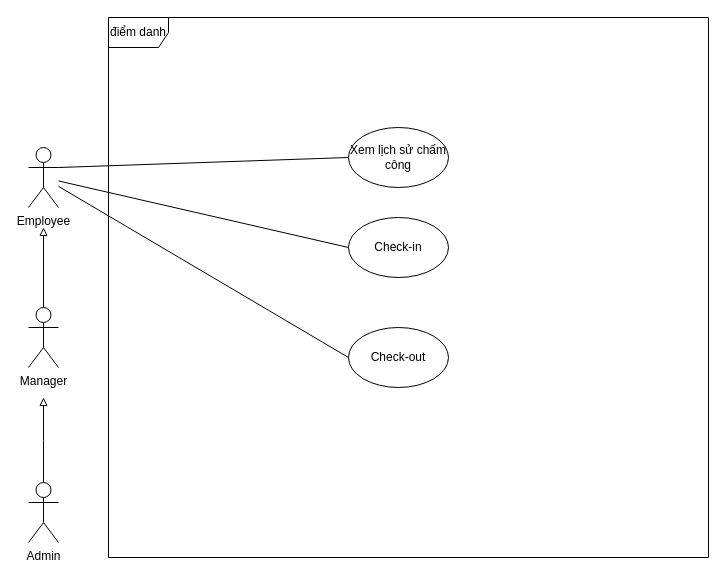
The draw.io diagram QuanLyDiemDanh.drawio in hoangda24312/Group4-DesigningSystem, before the edit. Source tidied: cells renumbered, new cells numbered last; positions are measured from the earlier drawing's top-left corner, leaving out a move shared by most shapes. Both pictures are drawn from the tidied source at 100%, with x=0, y=0 at pixel (28, 17).
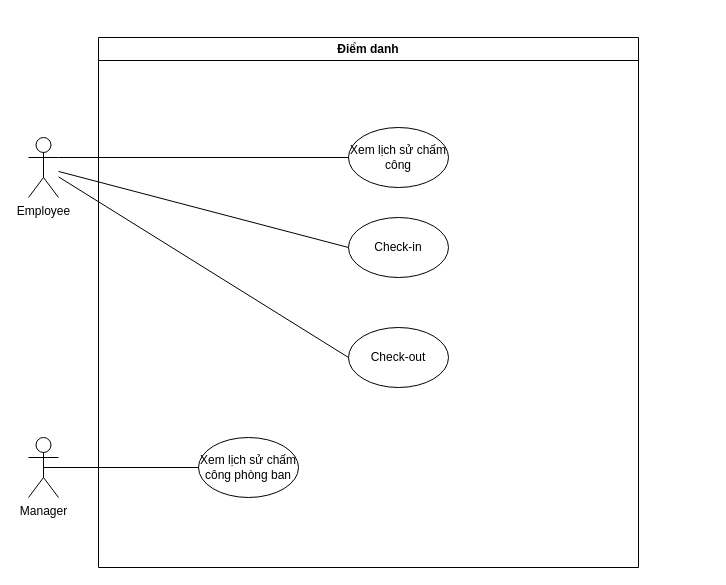
The same page after the edit.

The edit, as a diff of the source:
```diff
@@
 <mxGraphModel>
   <root>
     <mxCell id="0" />
     <mxCell id="1" parent="0" />
     <mxCell id="2" value="Employee" style="shape=umlActor;verticalLabelPosition=bottom;verticalAlign=top;html=1;outlineConnect=0;" parent="1" vertex="1">
-      <mxGeometry y="130" width="30" height="60" as="geometry" />
+      <mxGeometry y="120" width="30" height="60" as="geometry" />
     </mxCell>
-    <mxCell id="3" value="Manager" style="shape=umlActor;verticalLabelPosition=bottom;verticalAlign=top;html=1;outlineConnect=0;" parent="1" vertex="1">
-      <mxGeometry y="290" width="30" height="60" as="geometry" />
-    </mxCell>
-    <mxCell id="4" style="edgeStyle=orthogonalEdgeStyle;rounded=0;jettySize=auto;html=1;endArrow=block;endFill=0;" parent="1" edge="1" source="5">
-      <mxGeometry relative="1" as="geometry">
-        <mxPoint x="15" y="380" as="targetPoint" />
-      </mxGeometry>
-    </mxCell>
-    <mxCell id="5" value="Admin" style="shape=umlActor;verticalLabelPosition=bottom;verticalAlign=top;html=1;outlineConnect=0;" parent="1" vertex="1">
-      <mxGeometry y="465" width="30" height="60" as="geometry" />
-    </mxCell>
     <mxCell id="6" value="Check-in" style="ellipse;whiteSpace=wrap;html=1;" parent="1" vertex="1">
       <mxGeometry x="320" y="200" width="100" height="60" as="geometry" />
     </mxCell>
     <mxCell id="7" value="Check-out" style="ellipse;whiteSpace=wrap;html=1;" parent="1" vertex="1">
       <mxGeometry x="320" y="310" width="100" height="60" as="geometry" />
     </mxCell>
-    <mxCell id="8" style="edgeStyle=orthogonalEdgeStyle;rounded=0;jettySize=auto;html=1;entryX=0.5;entryY=1.333;entryDx=0;entryDy=0;entryPerimeter=0;endArrow=block;endFill=0;" parent="1" edge="1" source="3" target="2">
-      <mxGeometry relative="1" as="geometry" />
-    </mxCell>
     <mxCell id="9" value="Xem lịch sử chấm công" style="ellipse;whiteSpace=wrap;html=1;" parent="1" vertex="1">
       <mxGeometry x="320" y="110" width="100" height="60" as="geometry" />
     </mxCell>
-    <mxCell id="10" value="điểm danh" style="shape=umlFrame;whiteSpace=wrap;html=1;width=60;height=30;" parent="1" vertex="1">
-      <mxGeometry x="80" width="600" height="540" as="geometry" />
-    </mxCell>
     <mxCell id="11" style="endArrow=none;html=1;rounded=0;exitX=1;exitY=0.3333333333333333;exitDx=0;exitDy=0;exitPerimeter=0;entryX=0;entryY=0.5;entryDx=0;entryDy=0;" parent="1" edge="1" source="2" target="9">
       <mxGeometry relative="1" as="geometry" />
     </mxCell>
     <mxCell id="12" style="endArrow=none;html=1;rounded=0;entryX=0;entryY=0.5;entryDx=0;entryDy=0;" parent="1" edge="1" source="2" target="6">
       <mxGeometry relative="1" as="geometry" />
     </mxCell>
     <mxCell id="13" style="endArrow=none;html=1;rounded=0;exitX=0;exitY=0.5;exitDx=0;exitDy=0;" parent="1" edge="1" source="7" target="2">
       <mxGeometry relative="1" as="geometry" />
     </mxCell>
+    <mxCell id="3" value="Manager" style="shape=umlActor;verticalLabelPosition=bottom;verticalAlign=top;html=1;outlineConnect=0;" parent="1" vertex="1">
+      <mxGeometry y="420" width="30" height="60" as="geometry" />
+    </mxCell>
+    <mxCell id="14" value="Xem lịch sử chấm công phòng ban" style="ellipse;whiteSpace=wrap;html=1;" parent="1" vertex="1">
+      <mxGeometry x="170" y="420" width="100" height="60" as="geometry" />
+    </mxCell>
+    <mxCell id="15" style="endArrow=none;html=1;rounded=0;exitX=0;exitY=0.5;exitDx=0;exitDy=0;entryX=0.5;entryY=0.5;entryDx=0;entryDy=0;entryPerimeter=0;" parent="1" edge="1" source="14" target="3">
+      <mxGeometry relative="1" as="geometry" />
+    </mxCell>
+    <mxCell id="16" value="Điểm danh" style="swimlane;whiteSpace=wrap;html=1;" parent="1" vertex="1">
+      <mxGeometry x="70" y="20" width="540" height="530" as="geometry" />
+    </mxCell>
   </root>
 </mxGraphModel>
```
